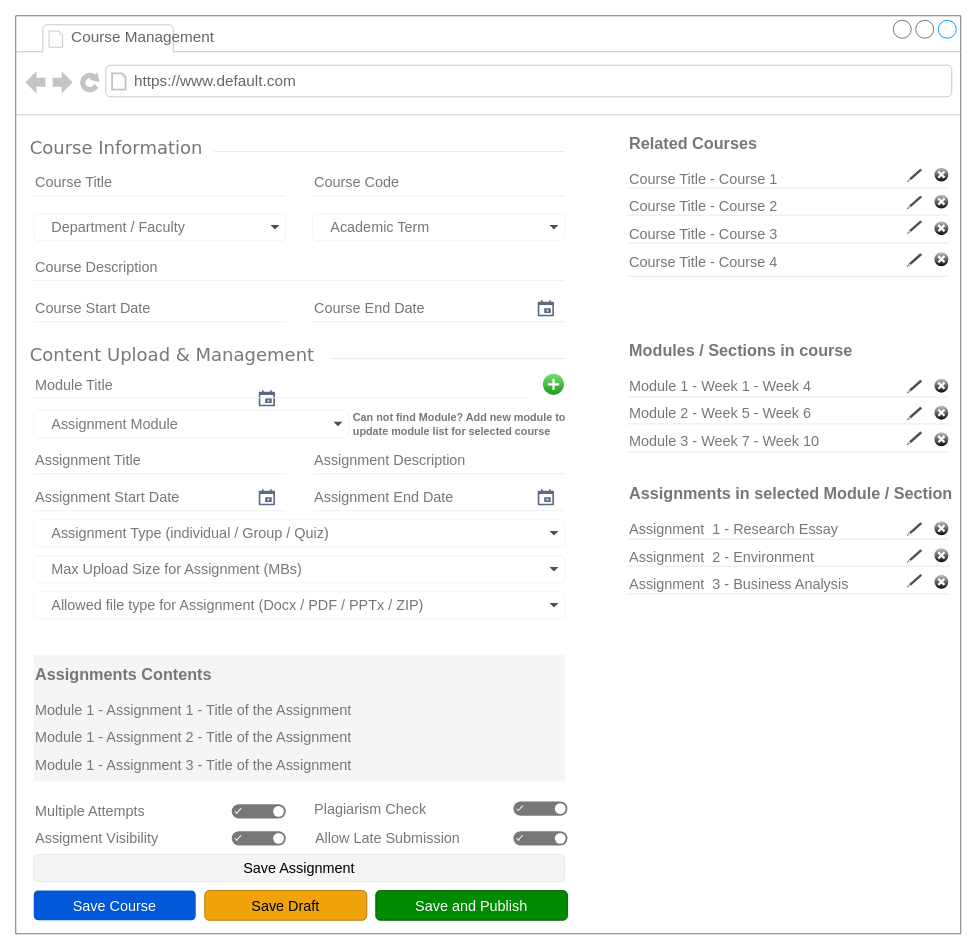
This is page "Course Management" (4 of 7) of 02 - LMS-SysCollege/04 - UI_Designs/WireFrame.drawio from ZohaibWaqarMalik/Technical-Business-Analyst-Projects, a draw.io file, before an edit. Source tidied: cells renumbered, new cells numbered last; positions are measured from the earlier drawing's top-left corner, leaving out a move shared by most shapes. Both pictures are drawn from the tidied source at 90%, with x=0, y=0 at pixel (15, 15).
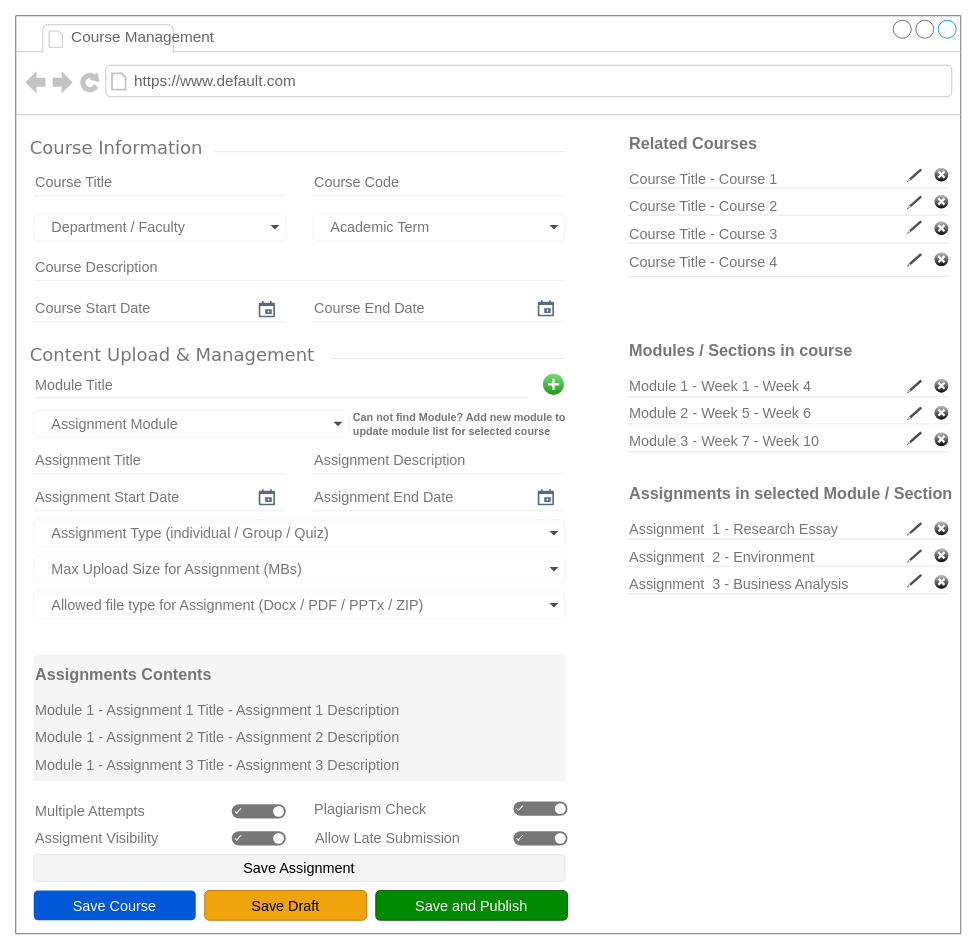
After the change.

Commit message:
Update Wireframe Course Management

Unchanged cells that the change refers to:
```xml
<mxCell id="2" style="strokeWidth=1;shadow=0;dashed=0;align=center;html=1;shape=mxgraph.mockup.containers.browserWindow;rSize=0;strokeColor=#666666;mainText=,;rounded=0;labelBackgroundColor=none;fontFamily=Verdana;fontSize=12;" parent="1" vertex="1">
  <mxGeometry width="1050" height="1020" as="geometry" />
</mxCell>
```

The edit, as a diff of the source:
```diff
@@
     <mxCell id="19" style="shape=mxgraph.gmdl.calendar;fillColor=#5A6881;strokeColor=none;sketch=0;hachureGap=4;fontFamily=Architects Daughter;fontSize=20;" parent="2" vertex="1">
       <mxGeometry x="1" y="0.5" width="18" height="18" relative="1" as="geometry">
-        <mxPoint x="-780" y="-94" as="offset" />
+        <mxPoint x="-780" y="-193" as="offset" />
       </mxGeometry>
     </mxCell>
@@
-    <mxCell id="100" value="&lt;h1 style=&quot;margin-top: 0px;&quot;&gt;&lt;font style=&quot;font-size: 18px; color: rgb(119, 119, 119);&quot;&gt;Assignments Contents&lt;/font&gt;&lt;/h1&gt;&lt;p&gt;&lt;font style=&quot;font-size: 16px; color: rgb(119, 119, 119);&quot;&gt;&lt;span style=&quot;background-color: transparent;&quot;&gt;Module 1 - Assignment 1 - Title of the Assignment&lt;/span&gt;&lt;/font&gt;&lt;/p&gt;&lt;p&gt;&lt;span style=&quot;color: rgb(119, 119, 119); font-size: 16px;&quot;&gt;Module 1 - Assignment 2 - Title of the Assignment&lt;/span&gt;&lt;/p&gt;&lt;p&gt;&lt;span style=&quot;color: rgb(119, 119, 119); font-size: 16px;&quot;&gt;Module 1 - Assignment 3 - Title of the Assignment&lt;/span&gt;&lt;/p&gt;" style="text;html=1;whiteSpace=wrap;overflow=hidden;rounded=0;fillColor=#f5f5f5;strokeColor=none;fontColor=#333333;" parent="2" vertex="1">
+    <mxCell id="100" value="&lt;h1 style=&quot;margin-top: 0px;&quot;&gt;&lt;font style=&quot;font-size: 18px; color: rgb(119, 119, 119);&quot;&gt;Assignments Contents&lt;/font&gt;&lt;/h1&gt;&lt;p&gt;&lt;font style=&quot;font-size: 16px; color: rgb(119, 119, 119);&quot;&gt;&lt;span style=&quot;background-color: transparent;&quot;&gt;Module 1 - Assignment 1 Title - Assignment 1 Description&lt;/span&gt;&lt;/font&gt;&lt;/p&gt;&lt;p&gt;&lt;span style=&quot;color: rgb(119, 119, 119); font-size: 16px;&quot;&gt;Module 1 - Assignment 2 Title - Assignment 2 Description&lt;/span&gt;&lt;/p&gt;&lt;p&gt;&lt;span style=&quot;color: rgb(119, 119, 119); font-size: 16px;&quot;&gt;Module 1 - Assignment 3 Title - Assignment 3 Description&lt;/span&gt;&lt;/p&gt;" style="text;html=1;whiteSpace=wrap;overflow=hidden;rounded=0;fillColor=#f5f5f5;strokeColor=none;fontColor=#333333;" parent="2" vertex="1">
       <mxGeometry x="20" y="710" width="590" height="140" as="geometry" />
     </mxCell>
```
